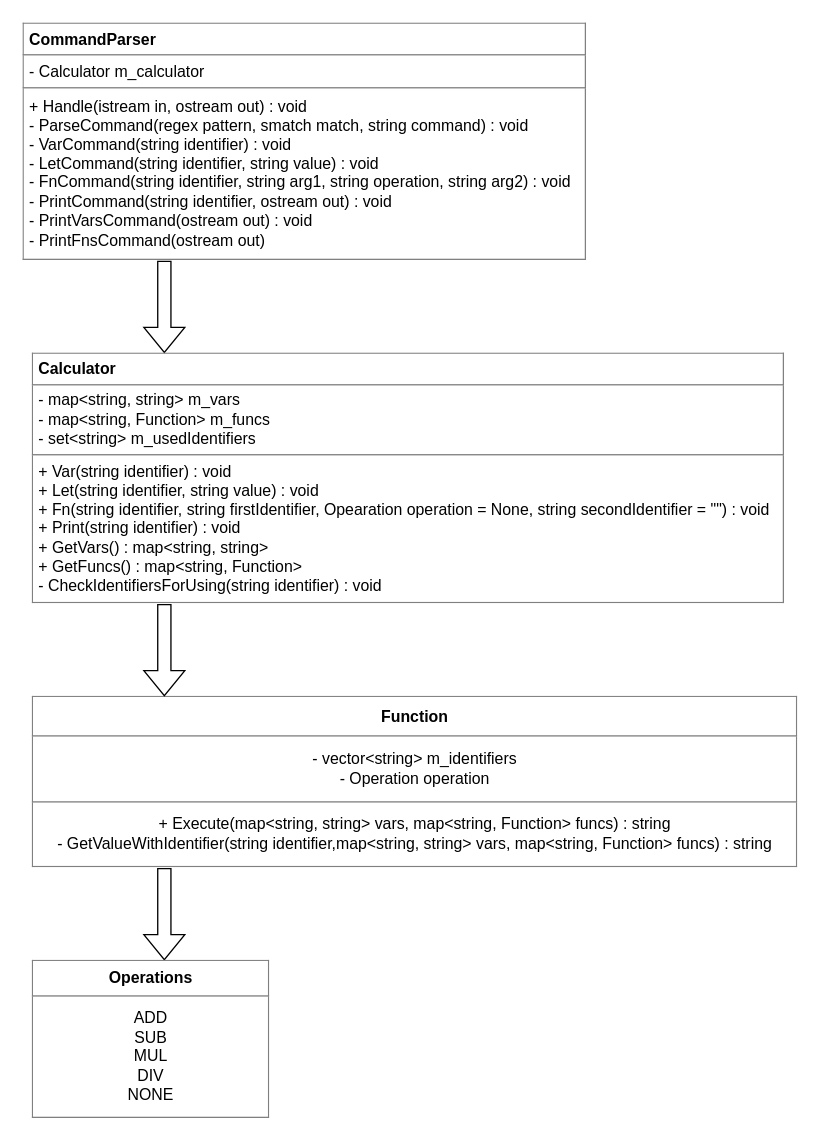
The draw.io diagram lw3/2/Diagram.drawio in ProstP/OOP, before the edit. Source tidied: cells renumbered, new cells numbered last; positions are measured from the earlier drawing's top-left corner, leaving out a move shared by most shapes. Both pictures are drawn from the tidied source at 132%, with x=0, y=0 at pixel (22, 22).
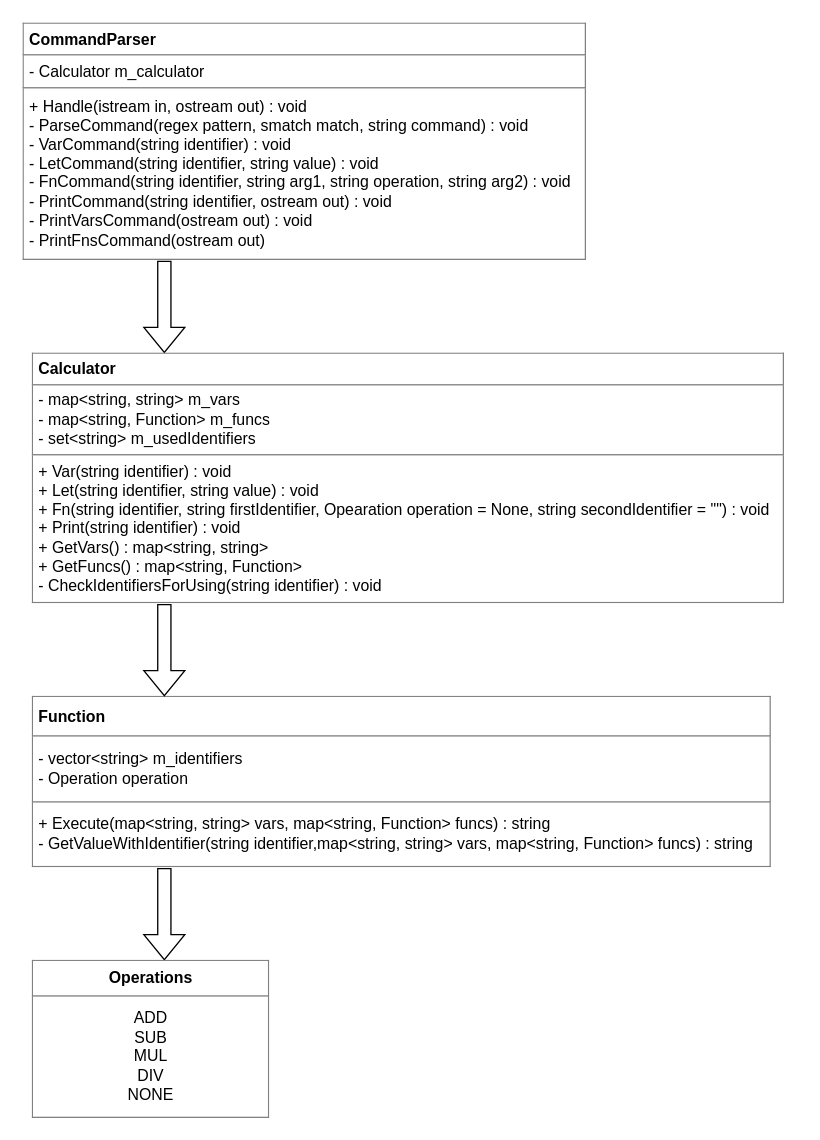
After the change.

The edit, as a diff of the source:
```diff
@@
 <mxGraphModel>
   <root>
     <mxCell id="0" />
     <mxCell id="1" parent="0" />
     <mxCell id="2" value="&lt;table border=&quot;1&quot; width=&quot;100%&quot; height=&quot;100%&quot; cellpadding=&quot;4&quot; style=&quot;width:100%;height:100%;border-collapse:collapse;&quot;&gt;&lt;tbody&gt;&lt;tr&gt;&lt;th&gt;&lt;b&gt;CommandParser&lt;/b&gt;&lt;/th&gt;&lt;/tr&gt;&lt;tr&gt;&lt;td&gt;- Calculator m_calculator&lt;/td&gt;&lt;/tr&gt;&lt;tr&gt;&lt;td&gt;+ Handle(istream in, ostream out) : void&lt;br&gt;- ParseCommand(regex pattern, smatch match, string command) : void&lt;br&gt;-&amp;nbsp;VarCommand(string identifier) : void&lt;br&gt;-&amp;nbsp;LetCommand(string identifier, string value) : void&lt;br&gt;- FnCommand(string identifier, string arg1, string operation, string arg2) : void&lt;br&gt;- PrintCommand(string identifier, ostream out) : void&lt;br&gt;-&amp;nbsp;PrintVarsCommand(ostream out) : void&lt;br&gt;-&amp;nbsp;PrintFnsCommand(ostream out)&lt;/td&gt;&lt;/tr&gt;&lt;/tbody&gt;&lt;/table&gt;" style="text;html=1;whiteSpace=wrap;strokeColor=none;fillColor=none;overflow=fill;align=left;" parent="1" vertex="1">
       <mxGeometry width="427" height="180" as="geometry" />
     </mxCell>
     <mxCell id="3" style="shape=flexArrow;endArrow=classic;html=1;rounded=0;" parent="1" edge="1">
       <mxGeometry relative="1" as="geometry">
         <mxPoint x="107" y="180" as="sourcePoint" />
         <mxPoint x="107" y="250" as="targetPoint" />
       </mxGeometry>
     </mxCell>
     <mxCell id="4" value="&lt;table border=&quot;1&quot; width=&quot;100%&quot; height=&quot;100%&quot; cellpadding=&quot;4&quot; style=&quot;width:100%;height:100%;border-collapse:collapse;&quot;&gt;&lt;tbody&gt;&lt;tr&gt;&lt;th&gt;&lt;b&gt;Calculator&lt;/b&gt;&lt;/th&gt;&lt;/tr&gt;&lt;tr&gt;&lt;td&gt;- map&amp;lt;string, string&amp;gt; m_vars&lt;br&gt;- map&amp;lt;string, Function&amp;gt; m_funcs&lt;br&gt;- set&amp;lt;string&amp;gt;&amp;nbsp;m_usedIdentifiers&lt;/td&gt;&lt;/tr&gt;&lt;tr&gt;&lt;td&gt;+ Var(string identifier) : void&lt;br&gt;+ Let(string identifier, string value) : void&lt;br&gt;+ Fn(string identifier, string firstIdentifier, Opearation operation = None, string secondIdentifier = &quot;&quot;) : void&lt;br&gt;+ Print(string&amp;nbsp;identifier) : void&lt;br&gt;+&amp;nbsp;GetVars() : map&amp;lt;string, string&amp;gt;&lt;br&gt;+ GetFuncs() : map&amp;lt;string, Function&amp;gt;&lt;br&gt;-&amp;nbsp;CheckIdentifiersForUsing(string&amp;nbsp;identifier) : void&lt;/td&gt;&lt;/tr&gt;&lt;/tbody&gt;&lt;/table&gt;" style="text;html=1;whiteSpace=wrap;strokeColor=none;fillColor=none;overflow=fill;align=left;" parent="1" vertex="1">
       <mxGeometry x="7" y="250" width="570" height="190" as="geometry" />
     </mxCell>
-    <mxCell id="5" value="&lt;table border=&quot;1&quot; width=&quot;100%&quot; height=&quot;100%&quot; cellpadding=&quot;4&quot; style=&quot;width:100%;height:100%;border-collapse:collapse;&quot;&gt;&lt;tbody&gt;&lt;tr&gt;&lt;th align=&quot;center&quot;&gt;&lt;b&gt;Function&lt;/b&gt;&lt;/th&gt;&lt;/tr&gt;&lt;tr&gt;&lt;td align=&quot;center&quot;&gt;- vector&amp;lt;string&amp;gt; m_identifiers&lt;br&gt;- Operation operation&lt;/td&gt;&lt;/tr&gt;&lt;tr&gt;&lt;td align=&quot;center&quot;&gt;+ Execute(map&amp;lt;string, string&amp;gt; vars, map&amp;lt;string, Function&amp;gt; funcs) : string&lt;br&gt;-&amp;nbsp;GetValueWithIdentifier(string identifier,map&amp;lt;string, string&amp;gt; vars, map&amp;lt;string, Function&amp;gt; funcs) : string&lt;br&gt;&lt;/td&gt;&lt;/tr&gt;&lt;/tbody&gt;&lt;/table&gt;" style="text;html=1;whiteSpace=wrap;strokeColor=none;fillColor=none;overflow=fill;" parent="1" vertex="1">
-      <mxGeometry x="7" y="510" width="580" height="130" as="geometry" />
+    <mxCell id="5" value="&lt;table border=&quot;1&quot; width=&quot;100%&quot; height=&quot;100%&quot; cellpadding=&quot;4&quot; style=&quot;width:100%;height:100%;border-collapse:collapse;&quot;&gt;&lt;tbody&gt;&lt;tr&gt;&lt;th&gt;&lt;b&gt;Function&lt;/b&gt;&lt;/th&gt;&lt;/tr&gt;&lt;tr&gt;&lt;td&gt;- vector&amp;lt;string&amp;gt; m_identifiers&lt;br&gt;- Operation operation&lt;/td&gt;&lt;/tr&gt;&lt;tr&gt;&lt;td&gt;+ Execute(map&amp;lt;string, string&amp;gt; vars, map&amp;lt;string, Function&amp;gt; funcs) : string&lt;br&gt;-&amp;nbsp;GetValueWithIdentifier(string identifier,map&amp;lt;string, string&amp;gt; vars, map&amp;lt;string, Function&amp;gt; funcs) : string&lt;br&gt;&lt;/td&gt;&lt;/tr&gt;&lt;/tbody&gt;&lt;/table&gt;" style="text;html=1;whiteSpace=wrap;strokeColor=none;fillColor=none;overflow=fill;align=left;" parent="1" vertex="1">
+      <mxGeometry x="7" y="510" width="560" height="130" as="geometry" />
     </mxCell>
     <mxCell id="6" style="shape=flexArrow;endArrow=classic;html=1;rounded=0;" parent="1" edge="1">
       <mxGeometry relative="1" as="geometry">
         <mxPoint x="107" y="440" as="sourcePoint" />
         <mxPoint x="107" y="510" as="targetPoint" />
       </mxGeometry>
     </mxCell>
     <mxCell id="7" style="shape=flexArrow;endArrow=classic;html=1;rounded=0;" parent="1" edge="1">
       <mxGeometry relative="1" as="geometry">
         <mxPoint x="107" y="640" as="sourcePoint" />
         <mxPoint x="107" y="710" as="targetPoint" />
       </mxGeometry>
     </mxCell>
     <mxCell id="8" value="&lt;table border=&quot;1&quot; width=&quot;100%&quot; height=&quot;100%&quot; cellpadding=&quot;4&quot; style=&quot;width:100%;height:100%;border-collapse:collapse;&quot;&gt;&lt;tbody&gt;&lt;tr&gt;&lt;th align=&quot;center&quot;&gt;Operations&lt;/th&gt;&lt;/tr&gt;&lt;tr&gt;&lt;td align=&quot;center&quot;&gt;ADD&lt;br&gt;SUB&lt;br&gt;MUL&lt;br&gt;DIV&lt;br&gt;NONE&lt;/td&gt;&lt;/tr&gt;&lt;/tbody&gt;&lt;/table&gt;" style="text;html=1;whiteSpace=wrap;strokeColor=none;fillColor=none;overflow=fill;" parent="1" vertex="1">
       <mxGeometry x="7" y="710" width="180" height="120" as="geometry" />
     </mxCell>
   </root>
 </mxGraphModel>
```
